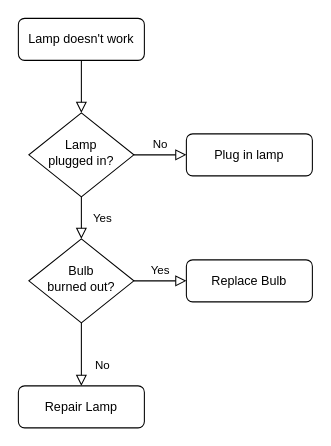
This is Untitled Diagram.drawio from Waltoner/hello-world, a draw.io file, before an edit. Source tidied: cells renumbered, new cells numbered last; positions are measured from the earlier drawing's top-left corner, leaving out a move shared by most shapes. Both pictures are drawn from the tidied source at 105%, with x=0, y=0 at pixel (18, 18).
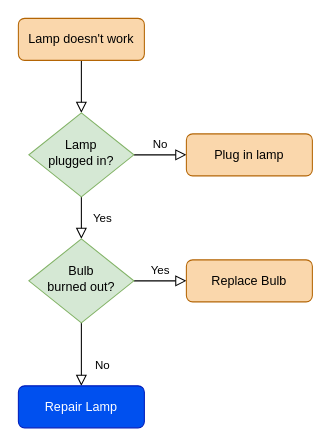
After the change.

What changed in the source:
```diff
@@
 <mxGraphModel>
   <root>
     <mxCell id="0" />
     <mxCell id="1" parent="0" />
     <mxCell id="2" style="rounded=0;html=1;jettySize=auto;fontSize=11;endArrow=block;endFill=0;endSize=8;strokeWidth=1;shadow=0;labelBackgroundColor=none;edgeStyle=orthogonalEdgeStyle;" parent="1" edge="1" source="3" target="6">
       <mxGeometry relative="1" as="geometry" />
     </mxCell>
-    <mxCell id="3" value="Lamp doesn't work" style="rounded=1;whiteSpace=wrap;html=1;fontSize=12;glass=0;strokeWidth=1;shadow=0;" parent="1" vertex="1">
+    <mxCell id="3" value="Lamp doesn't work" style="rounded=1;whiteSpace=wrap;html=1;fontSize=12;glass=0;strokeWidth=1;shadow=0;fillColor=#fad7ac;strokeColor=#b46504;" parent="1" vertex="1">
       <mxGeometry width="120" height="40" as="geometry" />
     </mxCell>
     <mxCell id="4" value="Yes" style="rounded=0;html=1;jettySize=auto;fontSize=11;endArrow=block;endFill=0;endSize=8;strokeWidth=1;shadow=0;labelBackgroundColor=none;edgeStyle=orthogonalEdgeStyle;" parent="1" edge="1" source="6" target="10">
       <mxGeometry y="20" relative="1" as="geometry" />
     </mxCell>
     <mxCell id="5" value="No" style="edgeStyle=orthogonalEdgeStyle;rounded=0;html=1;jettySize=auto;fontSize=11;endArrow=block;endFill=0;endSize=8;strokeWidth=1;shadow=0;labelBackgroundColor=none;" parent="1" edge="1" source="6" target="7">
       <mxGeometry y="10" relative="1" as="geometry" />
     </mxCell>
-    <mxCell id="6" value="Lamp&lt;br&gt;plugged in?" style="rhombus;whiteSpace=wrap;html=1;shadow=0;fontFamily=Helvetica;fontSize=12;align=center;strokeWidth=1;spacing=6;spacingTop=-4;" parent="1" vertex="1">
+    <mxCell id="6" value="Lamp&lt;br&gt;plugged in?" style="rhombus;whiteSpace=wrap;html=1;shadow=0;fontFamily=Helvetica;fontSize=12;align=center;strokeWidth=1;spacing=6;spacingTop=-4;fillColor=#d5e8d4;strokeColor=#82b366;" parent="1" vertex="1">
       <mxGeometry x="10" y="90" width="100" height="80" as="geometry" />
     </mxCell>
-    <mxCell id="7" value="Plug in lamp" style="rounded=1;whiteSpace=wrap;html=1;fontSize=12;glass=0;strokeWidth=1;shadow=0;" parent="1" vertex="1">
+    <mxCell id="7" value="Plug in lamp" style="rounded=1;whiteSpace=wrap;html=1;fontSize=12;glass=0;strokeWidth=1;shadow=0;fillColor=#fad7ac;strokeColor=#b46504;" parent="1" vertex="1">
       <mxGeometry x="160" y="110" width="120" height="40" as="geometry" />
     </mxCell>
     <mxCell id="8" value="No" style="rounded=0;html=1;jettySize=auto;fontSize=11;endArrow=block;endFill=0;endSize=8;strokeWidth=1;shadow=0;labelBackgroundColor=none;edgeStyle=orthogonalEdgeStyle;" parent="1" edge="1" source="10" target="11">
       <mxGeometry x="0.33" y="20" relative="1" as="geometry" />
     </mxCell>
     <mxCell id="9" value="Yes" style="edgeStyle=orthogonalEdgeStyle;rounded=0;html=1;jettySize=auto;fontSize=11;endArrow=block;endFill=0;endSize=8;strokeWidth=1;shadow=0;labelBackgroundColor=none;" parent="1" edge="1" source="10" target="12">
       <mxGeometry y="10" relative="1" as="geometry" />
     </mxCell>
-    <mxCell id="10" value="Bulb&lt;br&gt;burned out?" style="rhombus;whiteSpace=wrap;html=1;shadow=0;fontFamily=Helvetica;fontSize=12;align=center;strokeWidth=1;spacing=6;spacingTop=-4;" parent="1" vertex="1">
+    <mxCell id="10" value="Bulb&lt;br&gt;burned out?" style="rhombus;whiteSpace=wrap;html=1;shadow=0;fontFamily=Helvetica;fontSize=12;align=center;strokeWidth=1;spacing=6;spacingTop=-4;fillColor=#d5e8d4;strokeColor=#82b366;" parent="1" vertex="1">
       <mxGeometry x="10" y="210" width="100" height="80" as="geometry" />
     </mxCell>
-    <mxCell id="11" value="Repair Lamp" style="rounded=1;whiteSpace=wrap;html=1;fontSize=12;glass=0;strokeWidth=1;shadow=0;" parent="1" vertex="1">
+    <mxCell id="11" value="Repair Lamp" style="rounded=1;whiteSpace=wrap;html=1;fontSize=12;glass=0;strokeWidth=1;shadow=0;fillColor=#0050ef;strokeColor=#001DBC;fontColor=#ffffff;" parent="1" vertex="1">
       <mxGeometry y="350" width="120" height="40" as="geometry" />
     </mxCell>
-    <mxCell id="12" value="Replace Bulb" style="rounded=1;whiteSpace=wrap;html=1;fontSize=12;glass=0;strokeWidth=1;shadow=0;" parent="1" vertex="1">
+    <mxCell id="12" value="Replace Bulb" style="rounded=1;whiteSpace=wrap;html=1;fontSize=12;glass=0;strokeWidth=1;shadow=0;fillColor=#fad7ac;strokeColor=#b46504;" parent="1" vertex="1">
       <mxGeometry x="160" y="230" width="120" height="40" as="geometry" />
     </mxCell>
   </root>
 </mxGraphModel>
```
